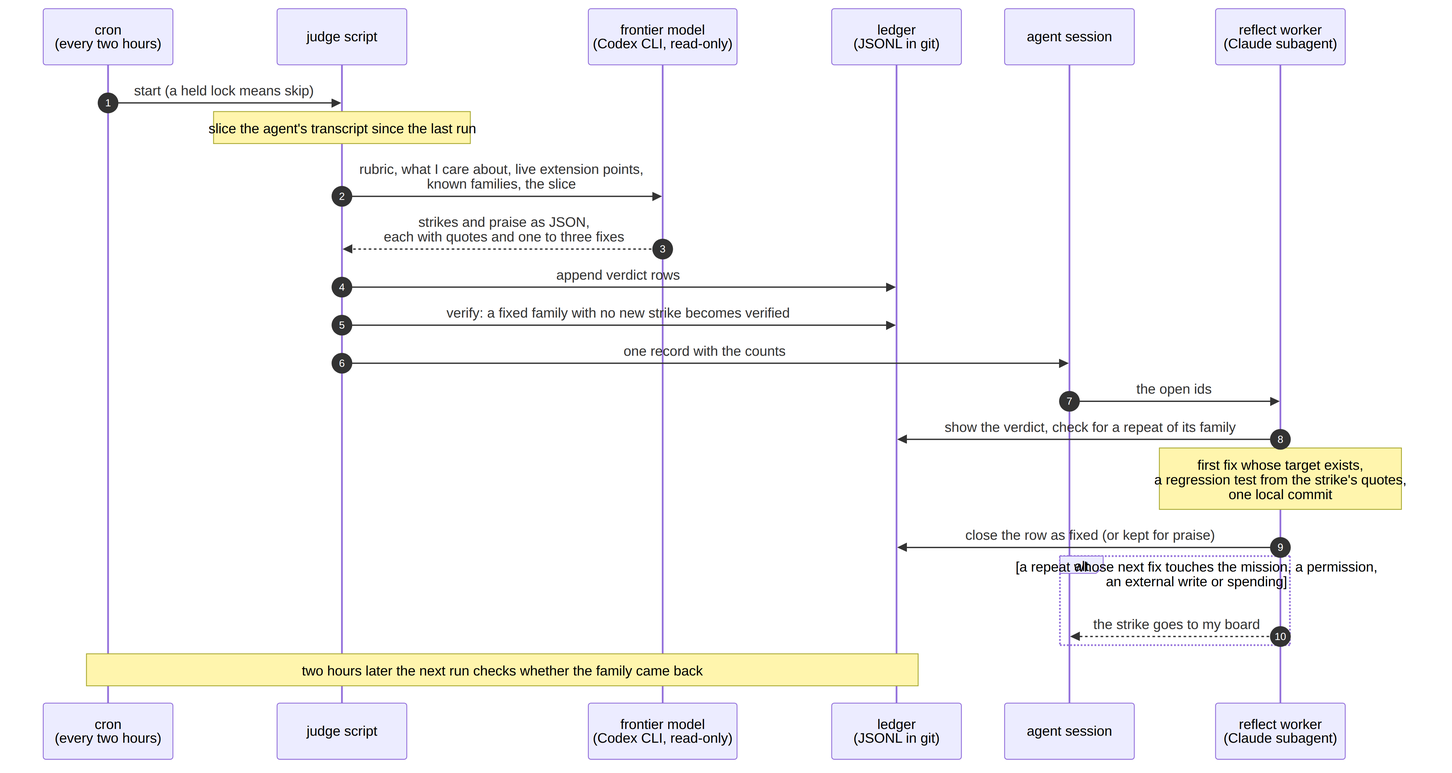
Piotr1215/cloudrumble keeps this Mermaid diagram as blog/_media/diagrams/rhsi-sequence.png. Above is the earlier version. Its source is kept beside it as blog/_media/diagrams/rhsi-sequence.mmd. Source of this version:
```mermaid
sequenceDiagram
    autonumber
    participant Cron as cron<br/>(every two hours)
    participant J as judge script
    participant X as frontier model<br/>(Codex CLI, read-only)
    participant L as ledger<br/>(JSONL in git)
    participant G as agent session
    participant W as reflect worker<br/>(Claude subagent)

    Cron->>J: start (a held lock means skip)
    Note over J: slice the agent's transcript since the last run
    J->>X: rubric, what I care about, live extension points,<br/>known families, the slice
    X-->>J: strikes and praise as JSON,<br/>each with quotes and one to three fixes
    J->>L: append verdict rows
    J->>L: verify: a fixed family with no new strike becomes verified
    J->>G: one record with the counts
    G->>W: the open ids
    W->>L: show the verdict, check for a repeat of its family
    Note over W: first fix whose target exists,<br/>a regression test from the strike's quotes,<br/>one local commit
    W->>L: close the row as fixed (or kept for praise)
    alt a repeat whose next fix touches the mission, a permission,<br/>an external write or spending
        W-->>G: the strike goes to my board
    end
    Note over Cron,L: two hours later the next run checks whether the family came back
```
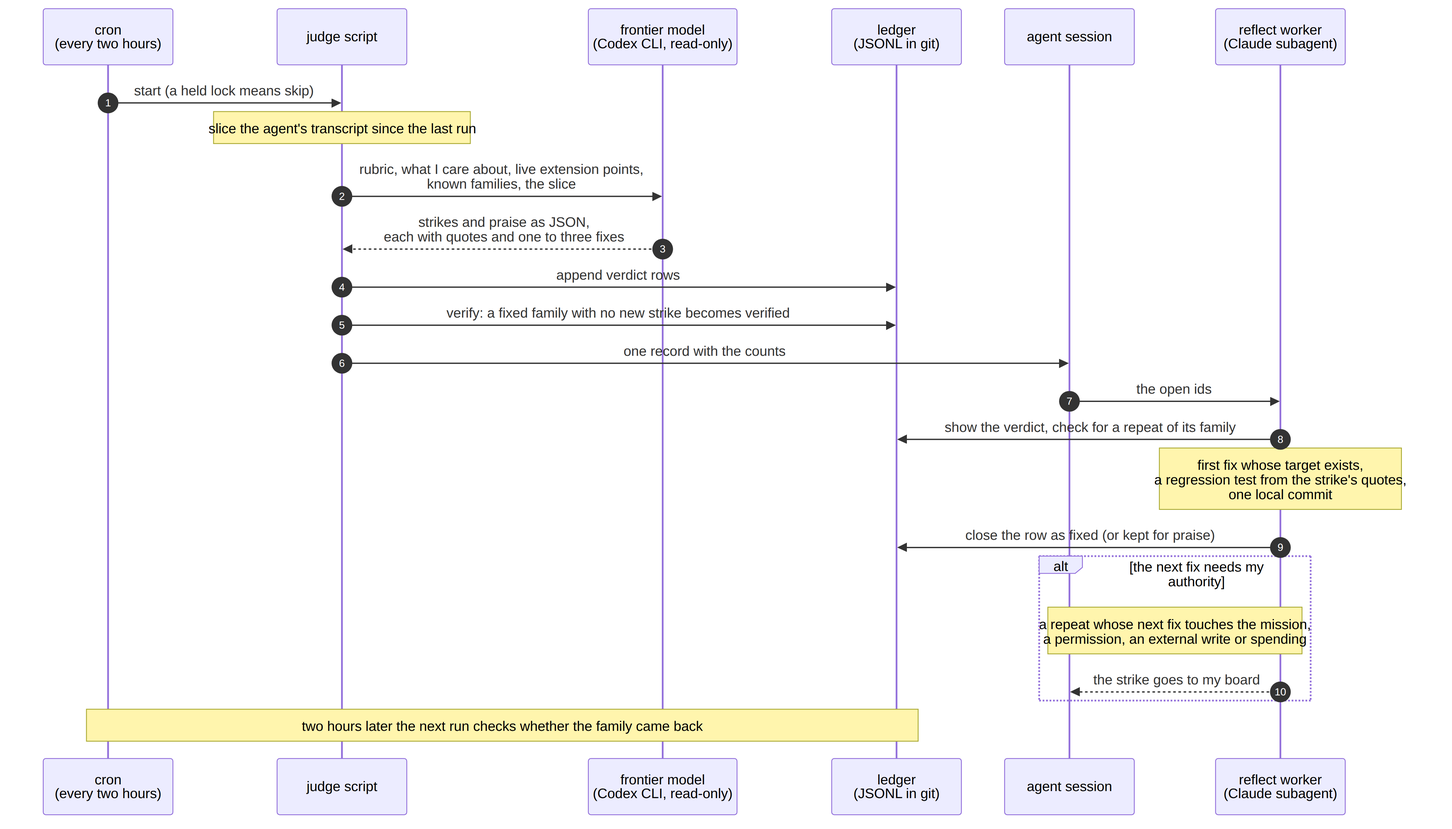
After the commit.

Commit message:
docs(blog): stop the rhsi sequence alt label overlapping its tag

The long alt condition rendered under the alt tag, so the diagram read "a repeat alt hose next fix". A short condition now sits in the frame, and the full list of authority triggers moves into a note.

Claude-Session: https://claude.ai/code/session_01SNWai8wmSn8L3Kz5g6aVMb

The edit, as a diff of the source:
```diff
@@ -18,7 +18,8 @@
     W->>L: show the verdict, check for a repeat of its family
     Note over W: first fix whose target exists,<br/>a regression test from the strike's quotes,<br/>one local commit
     W->>L: close the row as fixed (or kept for praise)
-    alt a repeat whose next fix touches the mission, a permission,<br/>an external write or spending
+    alt the next fix needs my authority
+        Note over G,W: a repeat whose next fix touches the mission,<br/>a permission, an external write or spending
         W-->>G: the strike goes to my board
     end
     Note over Cron,L: two hours later the next run checks whether the family came back
```
